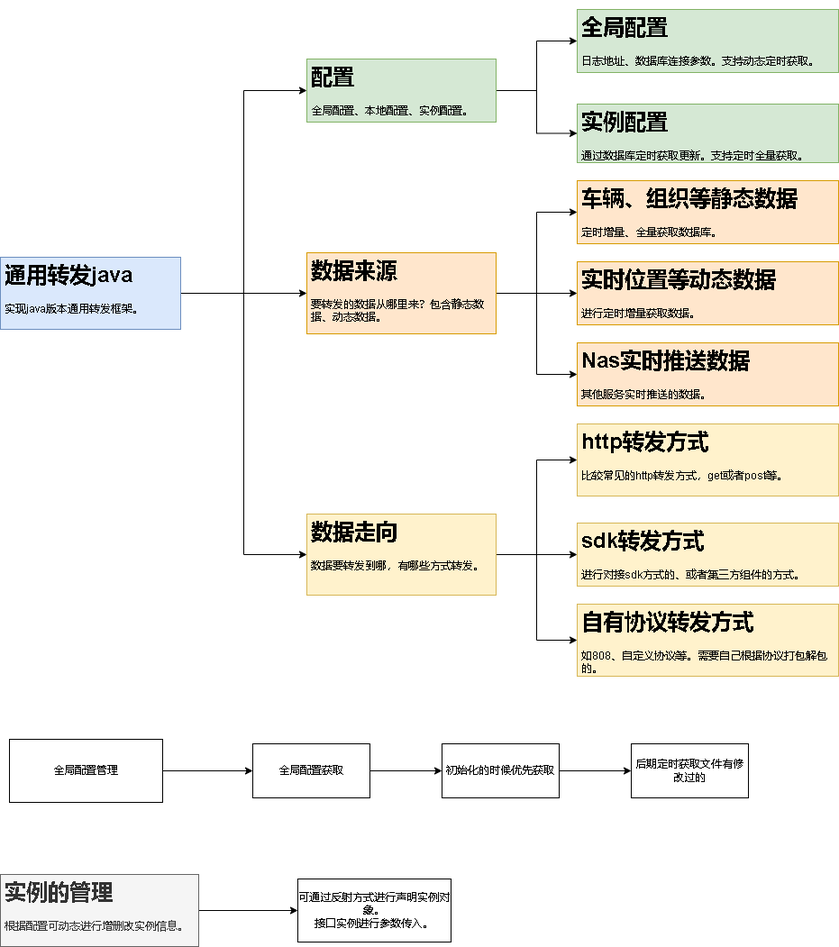
Earlier version of the draw.io export 通用转发java.drawio.png (xktder/draw). Source tidied: cells renumbered, new cells last; positions are measured from the earlier drawing's top-left corner, leaving out a move shared by most shapes.
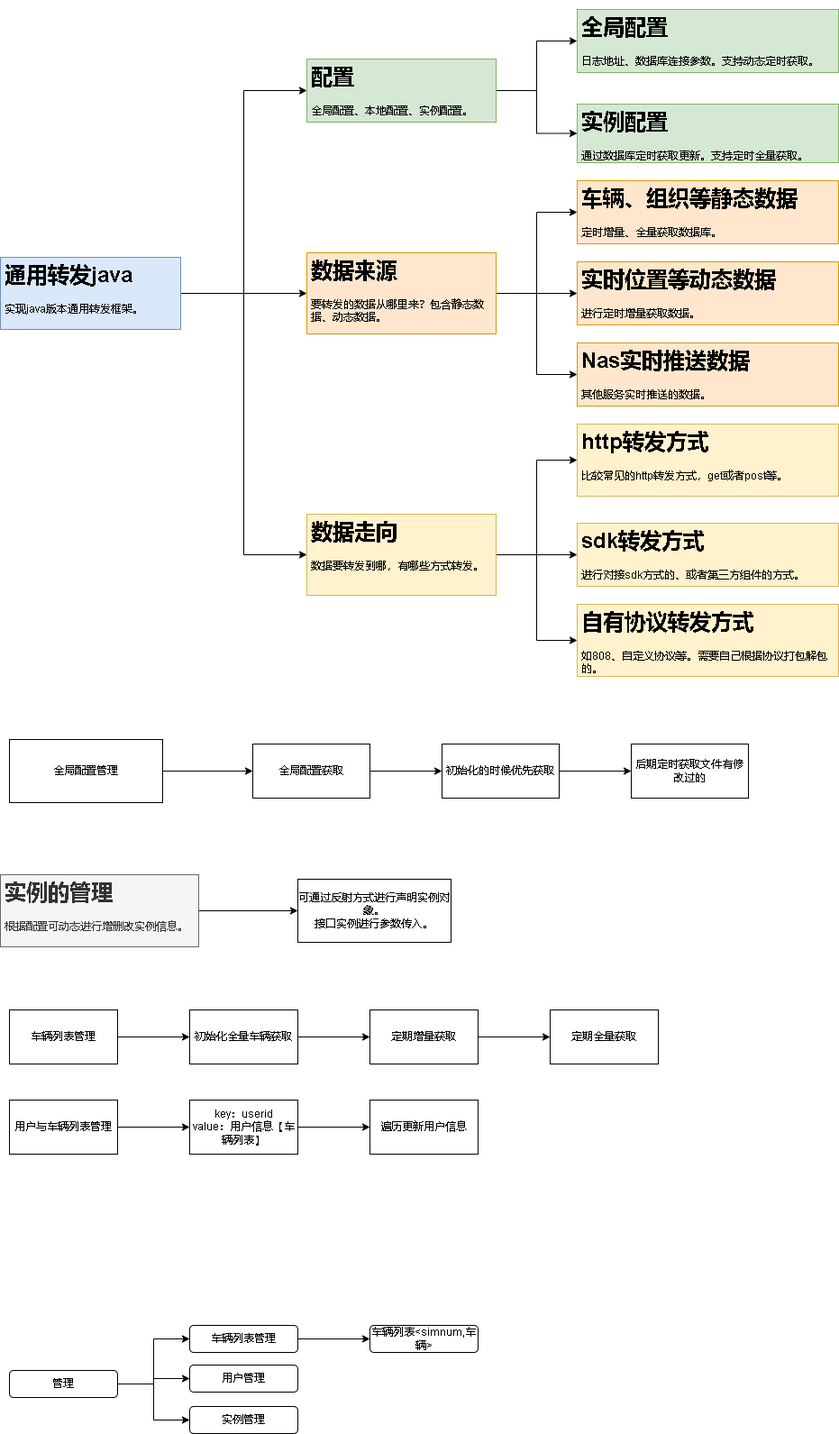
Above is the later version.

Commit message:
更新通用转发java.drawio.png

The edit, as a diff of the source:
```diff
@@ -101,5 +101,68 @@
     <mxCell id="34" value="全局配置管理" style="rounded=0;whiteSpace=wrap;html=1;" parent="1" vertex="1">
       <mxGeometry x="10" y="810" width="170" height="70" as="geometry" />
     </mxCell>
+    <mxCell id="35" style="edgeStyle=orthogonalEdgeStyle;rounded=0;jettySize=auto;html=1;" parent="1" edge="1" source="36" target="40">
+      <mxGeometry relative="1" as="geometry" />
+    </mxCell>
+    <mxCell id="36" value="车辆列表管理" style="rounded=0;whiteSpace=wrap;html=1;" parent="1" vertex="1">
+      <mxGeometry x="10" y="1110" width="120" height="60" as="geometry" />
+    </mxCell>
+    <mxCell id="37" style="edgeStyle=orthogonalEdgeStyle;rounded=0;jettySize=auto;html=1;" parent="1" edge="1" source="38" target="45">
+      <mxGeometry relative="1" as="geometry" />
+    </mxCell>
+    <mxCell id="38" value="用户与车辆列表管理" style="rounded=0;whiteSpace=wrap;html=1;" parent="1" vertex="1">
+      <mxGeometry x="10" y="1210" width="120" height="60" as="geometry" />
+    </mxCell>
+    <mxCell id="39" style="edgeStyle=orthogonalEdgeStyle;rounded=0;jettySize=auto;html=1;" parent="1" edge="1" source="40" target="42">
+      <mxGeometry relative="1" as="geometry" />
+    </mxCell>
+    <mxCell id="40" value="初始化全量车辆获取" style="whiteSpace=wrap;html=1;rounded=0;" parent="1" vertex="1">
+      <mxGeometry x="210" y="1110" width="120" height="60" as="geometry" />
+    </mxCell>
+    <mxCell id="41" style="edgeStyle=orthogonalEdgeStyle;rounded=0;jettySize=auto;html=1;" parent="1" edge="1" source="42" target="43">
+      <mxGeometry relative="1" as="geometry" />
+    </mxCell>
+    <mxCell id="42" value="定期增量获取" style="whiteSpace=wrap;html=1;rounded=0;" parent="1" vertex="1">
+      <mxGeometry x="410" y="1110" width="120" height="60" as="geometry" />
+    </mxCell>
+    <mxCell id="43" value="定期全量获取" style="whiteSpace=wrap;html=1;rounded=0;" parent="1" vertex="1">
+      <mxGeometry x="610" y="1110" width="120" height="60" as="geometry" />
+    </mxCell>
+    <mxCell id="44" style="edgeStyle=orthogonalEdgeStyle;rounded=0;jettySize=auto;html=1;" parent="1" edge="1" source="45" target="46">
+      <mxGeometry relative="1" as="geometry" />
+    </mxCell>
+    <mxCell id="45" value="key：userid&lt;br&gt;value：用户信息【车辆列表】" style="rounded=0;whiteSpace=wrap;html=1;" parent="1" vertex="1">
+      <mxGeometry x="210" y="1210" width="120" height="60" as="geometry" />
+    </mxCell>
+    <mxCell id="46" value="遍历更新用户信息" style="rounded=0;whiteSpace=wrap;html=1;" parent="1" vertex="1">
+      <mxGeometry x="410" y="1210" width="120" height="60" as="geometry" />
+    </mxCell>
+    <mxCell id="47" style="edgeStyle=orthogonalEdgeStyle;rounded=0;jettySize=auto;html=1;entryX=0;entryY=0.5;entryDx=0;entryDy=0;" parent="1" edge="1" source="50" target="52">
+      <mxGeometry relative="1" as="geometry" />
+    </mxCell>
+    <mxCell id="48" style="edgeStyle=orthogonalEdgeStyle;rounded=0;jettySize=auto;html=1;entryX=0;entryY=0.5;entryDx=0;entryDy=0;" parent="1" edge="1" source="50" target="53">
+      <mxGeometry relative="1" as="geometry" />
+    </mxCell>
+    <mxCell id="49" style="edgeStyle=orthogonalEdgeStyle;rounded=0;jettySize=auto;html=1;entryX=0;entryY=0.5;entryDx=0;entryDy=0;" parent="1" edge="1" source="50" target="55">
+      <mxGeometry relative="1" as="geometry" />
+    </mxCell>
+    <mxCell id="50" value="管理" style="rounded=1;whiteSpace=wrap;html=1;" parent="1" vertex="1">
+      <mxGeometry x="10" y="1510" width="120" height="30" as="geometry" />
+    </mxCell>
+    <mxCell id="51" style="edgeStyle=orthogonalEdgeStyle;rounded=0;jettySize=auto;html=1;" parent="1" edge="1" source="52" target="54">
+      <mxGeometry relative="1" as="geometry" />
+    </mxCell>
+    <mxCell id="52" value="车辆列表管理" style="rounded=1;whiteSpace=wrap;html=1;" parent="1" vertex="1">
+      <mxGeometry x="210" y="1460" width="120" height="30" as="geometry" />
+    </mxCell>
+    <mxCell id="53" value="用户管理" style="rounded=1;whiteSpace=wrap;html=1;" parent="1" vertex="1">
+      <mxGeometry x="210" y="1504" width="120" height="30" as="geometry" />
+    </mxCell>
+    <mxCell id="54" value="车辆列表&amp;lt;simnum,车辆&amp;gt;" style="rounded=1;whiteSpace=wrap;html=1;" parent="1" vertex="1">
+      <mxGeometry x="410" y="1460" width="120" height="30" as="geometry" />
+    </mxCell>
+    <mxCell id="55" value="实例管理" style="rounded=1;whiteSpace=wrap;html=1;" parent="1" vertex="1">
+      <mxGeometry x="210" y="1550" width="120" height="30" as="geometry" />
+    </mxCell>
   </root>
 </mxGraphModel>
```
